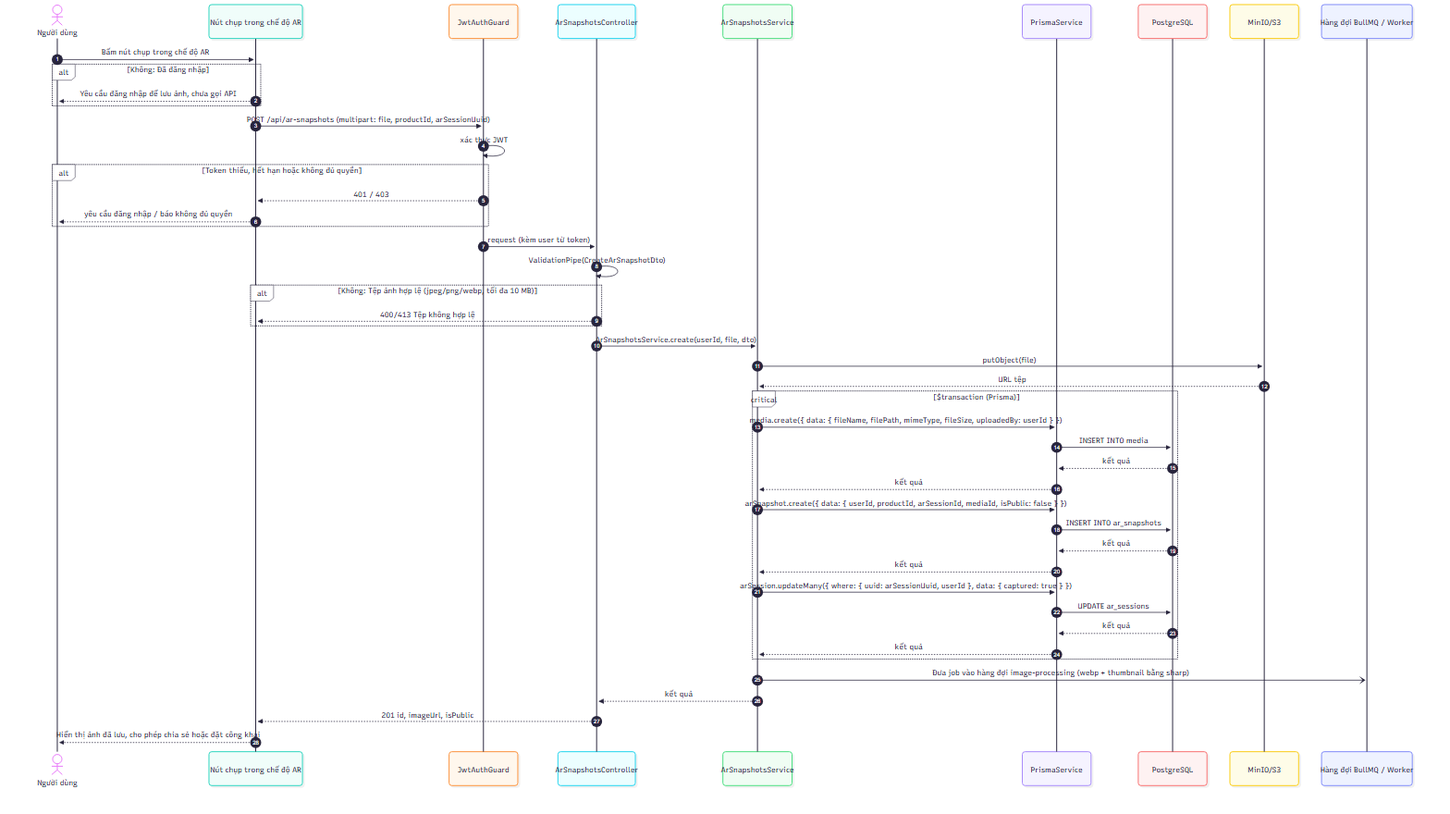
Earlier version of the Mermaid export docs/diagrams/png/sequence_UC-3D-04_chup-va-luu-anh-ar.png (2431540234-arch/XDUDTMDT). Its source is kept beside it as docs/diagrams/src/sequence_UC-3D-04_chup-va-luu-anh-ar.mmd.
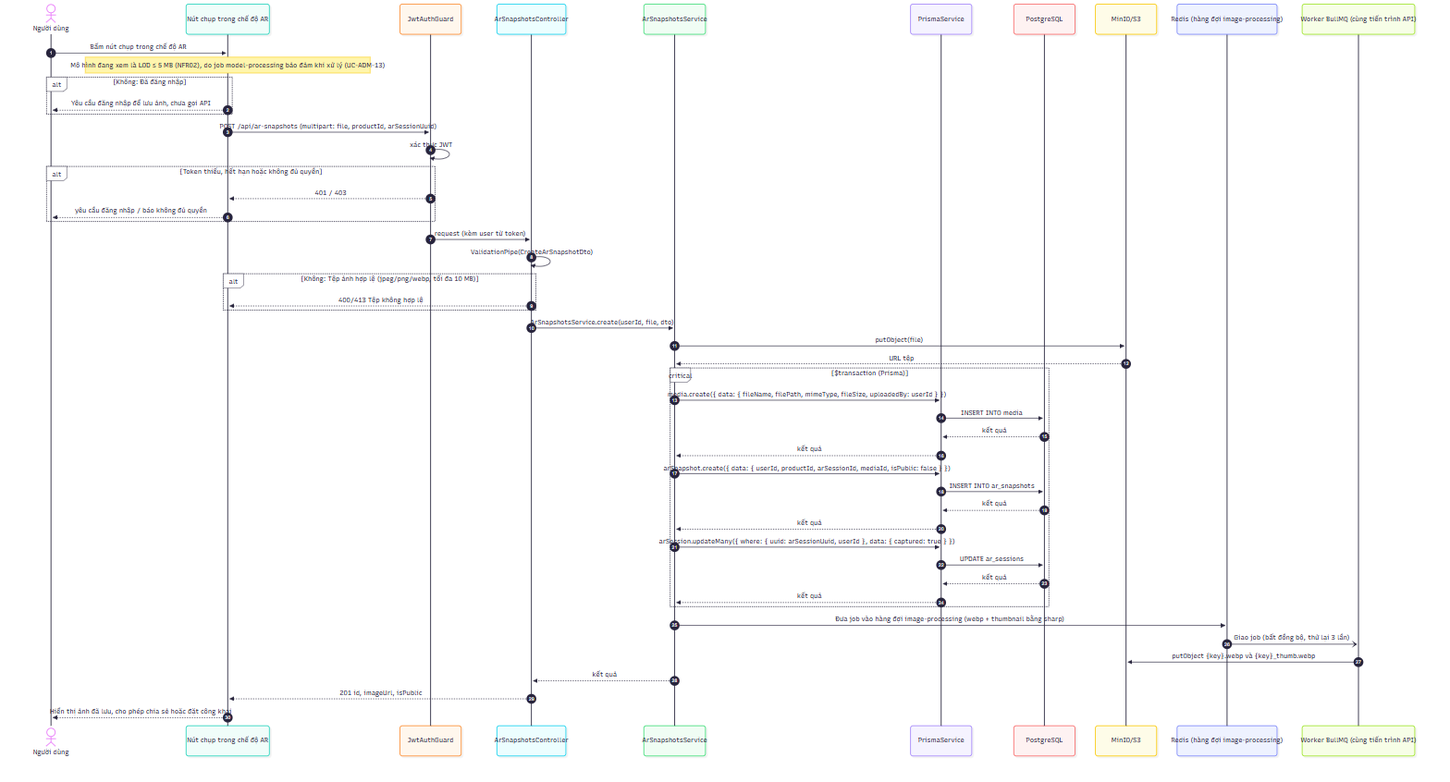
After the change.

What changed in the source:
```diff
@@ -8,8 +8,10 @@
     participant P as PrismaService
     participant D as PostgreSQL
     participant X as MinIO/S3
-    participant W as Hàng đợi BullMQ / Worker
+    participant Q as Redis (hàng đợi image-processing)
+    participant W as Worker BullMQ (cùng tiến trình API)
     A->>FE: Bấm nút chụp trong chế độ AR
+    Note over FE: Mô hình đang xem là LOD ≤ 5 MB (NFR02), do job model-processing bảo đảm khi xử lý (UC-ADM-13)
     alt Không: Đã đăng nhập
         FE-->>A: Yêu cầu đăng nhập để lưu ảnh, chưa gọi API
     end
@@ -41,7 +43,9 @@
         D-->>P: kết quả
         P-->>S: kết quả
     end
-    S-)W: Đưa job vào hàng đợi image-processing (webp + thumbnail bằng sharp)
+    S->>Q: Đưa job vào hàng đợi image-processing (webp + thumbnail bằng sharp)
+    Q-)W: Giao job (bất đồng bộ, thử lại 3 lần)
+    W->>X: putObject {key}.webp và {key}_thumb.webp
     S-->>C: kết quả
     C-->>FE: 201 id, imageUrl, isPublic
     FE-->>A: Hiển thị ảnh đã lưu, cho phép chia sẻ hoặc đặt công khai
```
